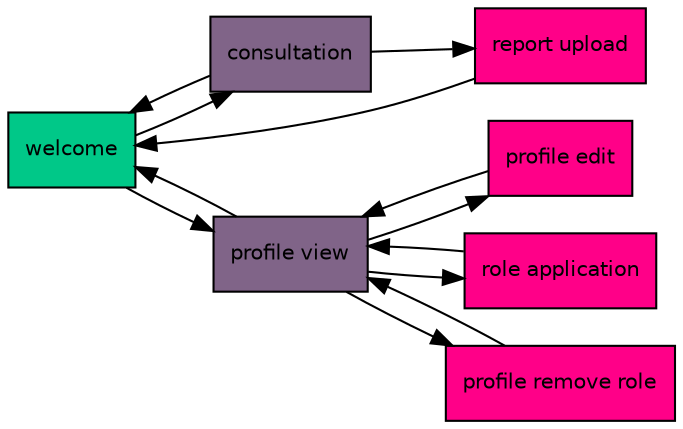
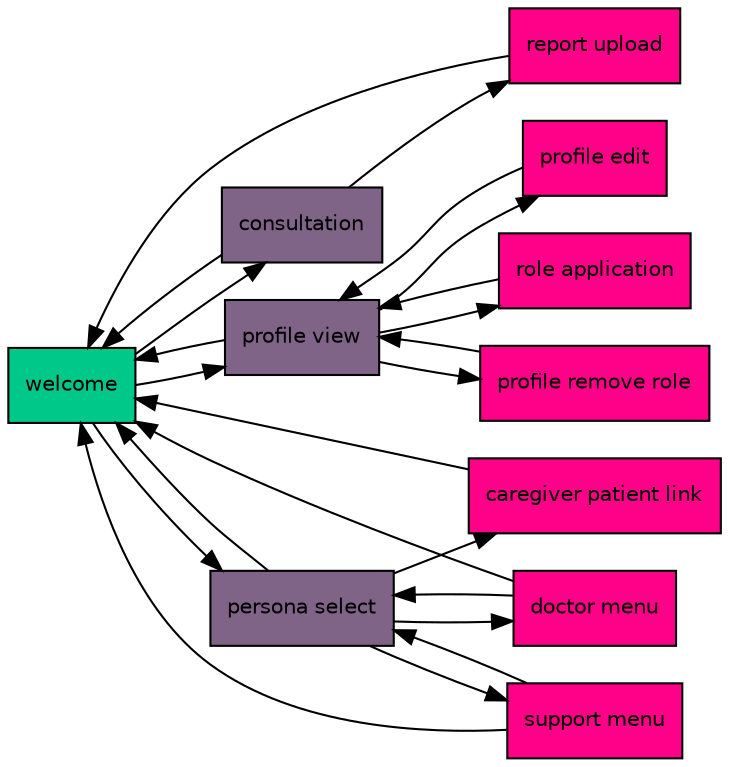
digraph patient_flow {
  rankdir=LR;
  node [shape=box style=filled fontname="Helvetica" fontsize=10];
  "welcome" [label="welcome" fillcolor="#00c888"];
  "consultation" [label="consultation" fillcolor="#806488"];
  "profile_view" [label="profile view" fillcolor="#806488"];
+   "persona_select" [label="persona select" fillcolor="#806488"];
  "report_upload" [label="report upload" fillcolor="#ff0088"];
  "profile_edit" [label="profile edit" fillcolor="#ff0088"];
  "role_application" [label="role application" fillcolor="#ff0088"];
  "profile_remove_role" [label="profile remove role" fillcolor="#ff0088"];
+   "caregiver_patient_link" [label="caregiver patient link" fillcolor="#ff0088"];
+   "doctor_menu" [label="doctor menu" fillcolor="#ff0088"];
+   "support_menu" [label="support menu" fillcolor="#ff0088"];
  "welcome" -> "consultation";
  "welcome" -> "profile_view";
+   "welcome" -> "persona_select";
  "consultation" -> "report_upload";
  "consultation" -> "welcome";
  "profile_view" -> "welcome";
  "profile_view" -> "profile_edit";
  "profile_view" -> "role_application";
  "profile_view" -> "profile_remove_role";
+   "persona_select" -> "welcome";
+   "persona_select" -> "caregiver_patient_link";
+   "persona_select" -> "doctor_menu";
+   "persona_select" -> "support_menu";
  "report_upload" -> "welcome";
  "profile_edit" -> "profile_view";
  "role_application" -> "profile_view";
  "profile_remove_role" -> "profile_view";
+   "caregiver_patient_link" -> "welcome";
+   "doctor_menu" -> "welcome";
+   "doctor_menu" -> "persona_select";
+   "support_menu" -> "welcome";
+   "support_menu" -> "persona_select";
}